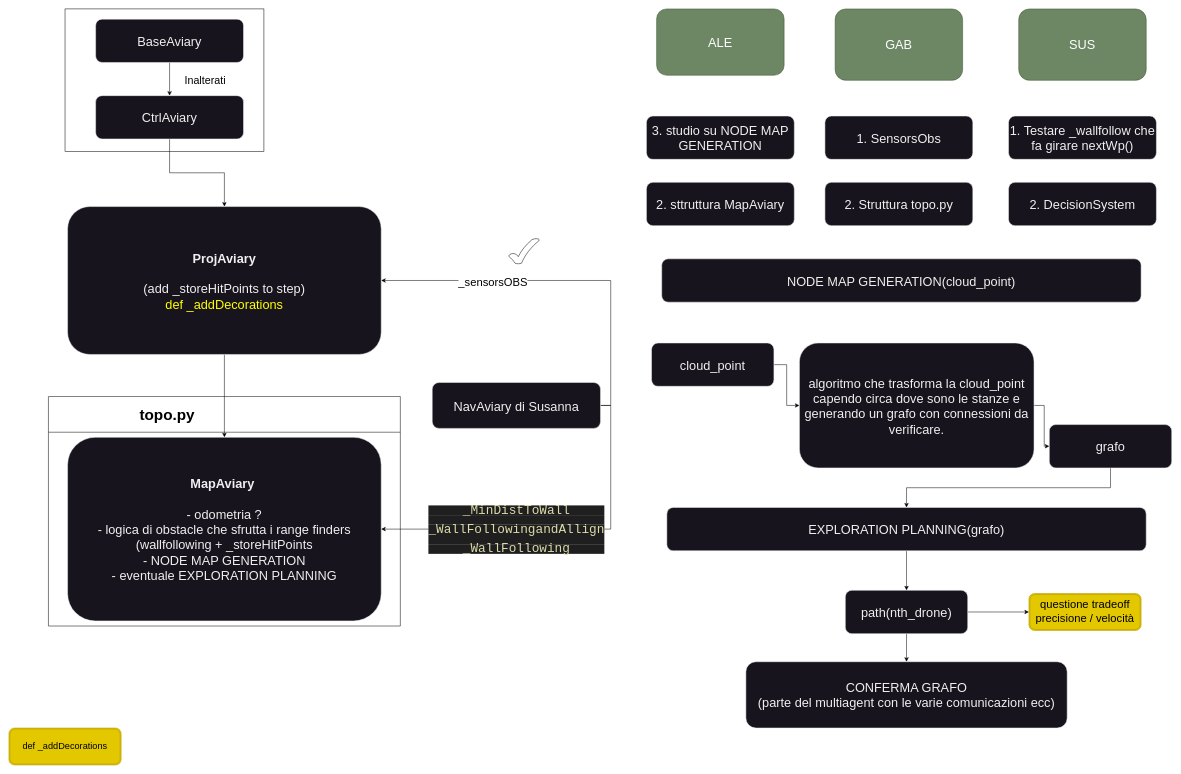
Before: page "TASK" (1 of 7) of flow.drawio in alevic27/Topological-Mapping-With-Minimal-Swarms, a draw.io diagram. Source tidied: cells renumbered, new cells numbered last; positions are measured from the earlier drawing's top-left corner, leaving out a move shared by most shapes. Both pictures are drawn from the tidied source at 51%, with x=0, y=0 at pixel (9, 9).
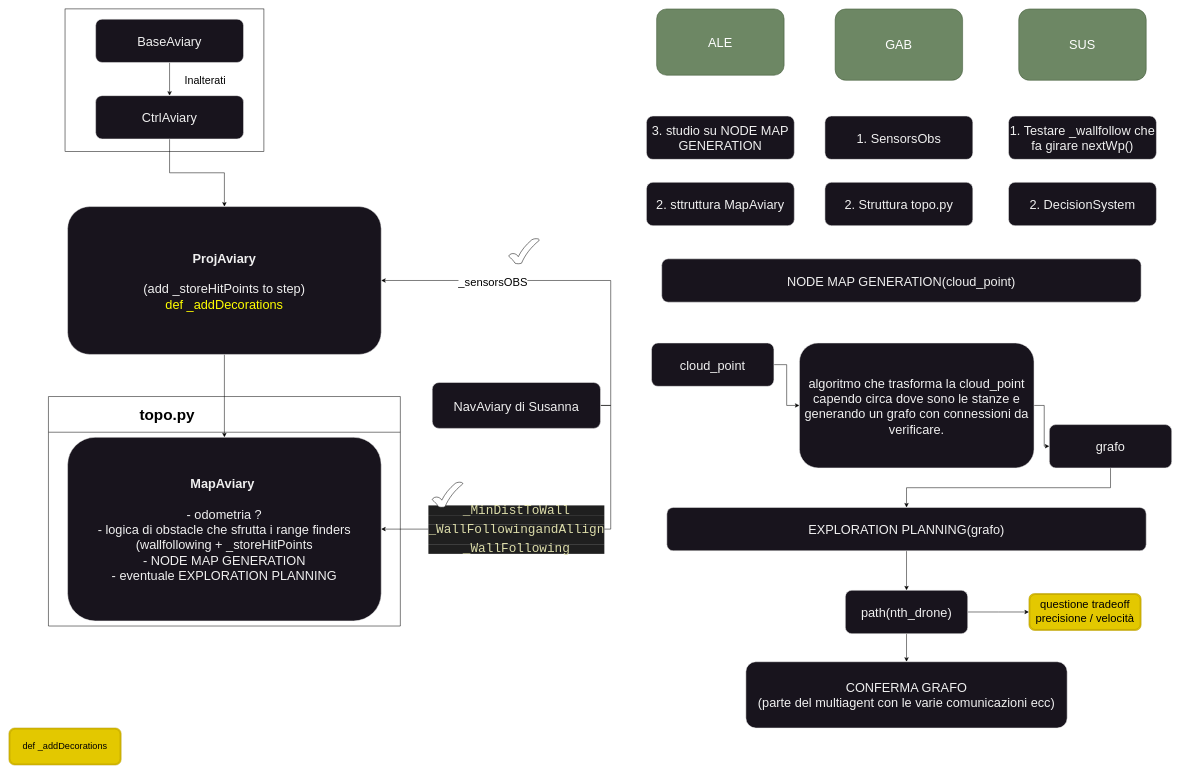
After the change.

What changed in the source:
```diff
@@
+    <mxCell id="41" style="verticalLabelPosition=bottom;verticalAlign=top;html=1;shape=mxgraph.basic.tick;" parent="1" vertex="1">
+      <mxGeometry x="830" y="927.5" width="60" height="50" as="geometry" />
+    </mxCell>
```
